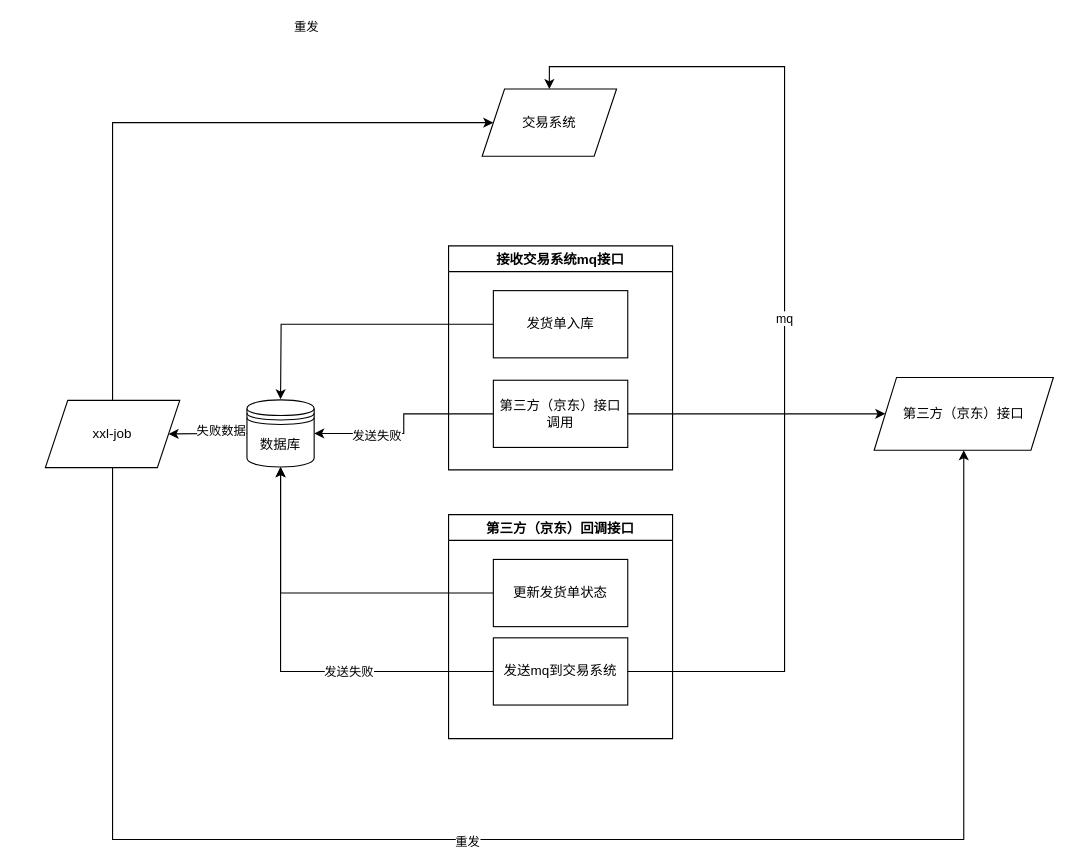
Earlier version of the draw.io diagram Untitled Diagram.drawio (yindongjun/drawio-2). Source tidied: cells renumbered, new cells numbered last; positions are measured from the earlier drawing's top-left corner, leaving out a move shared by most shapes. Both pictures are drawn from the tidied source at 112%, with x=0, y=0 at pixel (45, 66).
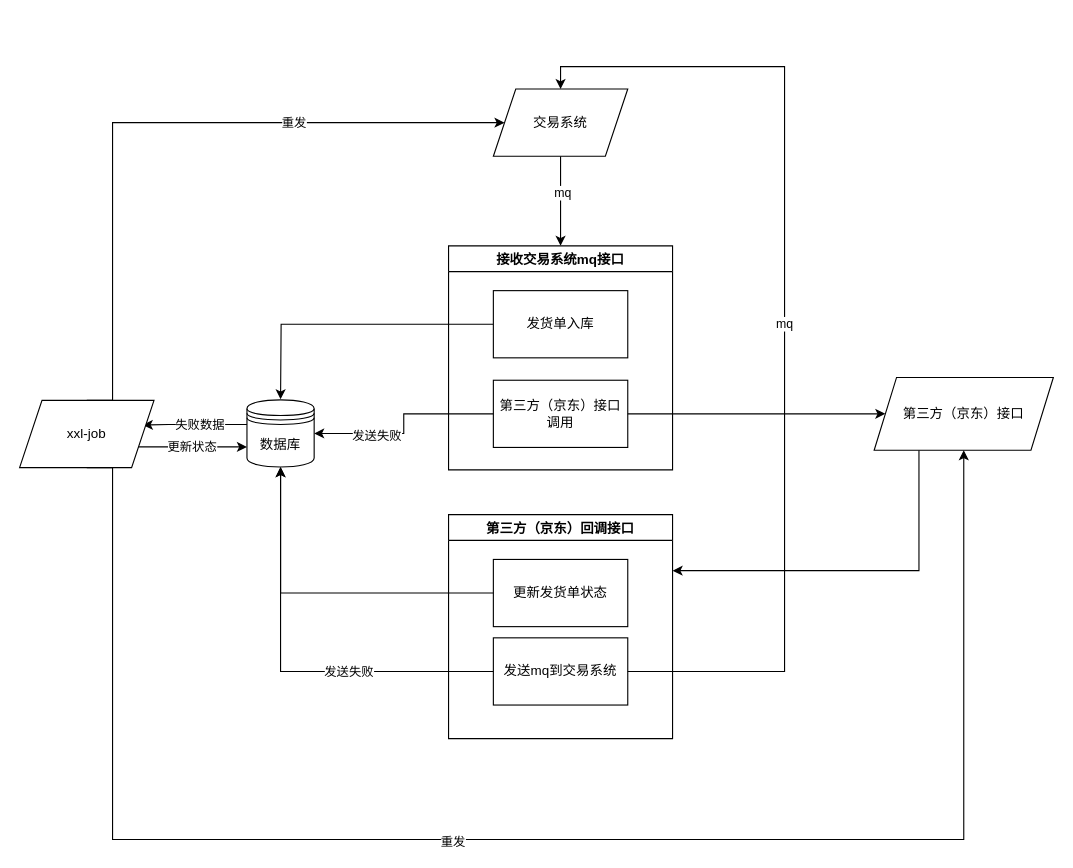
The same diagram, later.

The change refers to these unchanged cells:
```xml
<mxCell id="5" value="数据库" style="shape=datastore;whiteSpace=wrap;html=1;" parent="1" vertex="1">
  <mxGeometry x="180" y="297.5" width="60" height="60" as="geometry" />
</mxCell>
<mxCell id="6" value="第三方（京东）接口" style="shape=parallelogram;perimeter=parallelogramPerimeter;whiteSpace=wrap;html=1;fixedSize=1;" parent="1" vertex="1">
  <mxGeometry x="740" y="277.5" width="160" height="65" as="geometry" />
</mxCell>
<mxCell id="7" style="edgeStyle=orthogonalEdgeStyle;rounded=0;jettySize=auto;html=1;exitX=0.5;exitY=0;exitDx=0;exitDy=0;entryX=0;entryY=0.5;entryDx=0;entryDy=0;" parent="1" edge="1" source="11" target="12">
  <mxGeometry relative="1" as="geometry">
    <Array as="points">
      <mxPoint x="60" y="50" />
    </Array>
  </mxGeometry>
</mxCell>
<mxCell id="13" value="接收交易系统mq接口" style="swimlane;" parent="1" vertex="1">
  <mxGeometry x="360" y="160" width="200" height="200" as="geometry" />
</mxCell>
<mxCell id="16" value="第三方（京东）回调接口" style="swimlane;" parent="1" vertex="1">
  <mxGeometry x="360" y="400" width="200" height="200" as="geometry" />
</mxCell>
<mxCell id="18" value="发送mq到交易系统" style="rounded=0;whiteSpace=wrap;html=1;" parent="16" vertex="1">
  <mxGeometry x="40" y="110" width="120" height="60" as="geometry" />
</mxCell>
```

The edit, as a diff of the source:
```diff
@@
-    <mxCell id="3" style="edgeStyle=orthogonalEdgeStyle;rounded=0;jettySize=auto;html=1;exitX=0;exitY=0.5;exitDx=0;exitDy=0;entryX=1;entryY=0.5;entryDx=0;entryDy=0;" parent="1" edge="1" source="5" target="11">
-      <mxGeometry relative="1" as="geometry" />
+    <mxCell id="3" style="edgeStyle=orthogonalEdgeStyle;rounded=0;orthogonalLoop=1;jettySize=auto;html=1;exitX=0;exitY=0.5;exitDx=0;exitDy=0;entryX=1;entryY=0.5;entryDx=0;entryDy=0;" parent="1" edge="1">
+      <mxGeometry relative="1" as="geometry">
+        <mxPoint x="180" y="319.5" as="sourcePoint" />
+        <mxPoint x="87" y="320" as="targetPoint" />
+        <Array as="points">
+          <mxPoint x="110" y="320" />
+          <mxPoint x="110" y="320" />
+        </Array>
+      </mxGeometry>
     </mxCell>
     <mxCell id="4" value="失败数据" style="edgeLabel;html=1;align=center;verticalAlign=middle;" parent="3" vertex="1">
       <mxGeometry x="-0.14" y="3" relative="1" as="geometry">
-        <mxPoint x="3" y="-3" as="offset" />
+        <mxPoint x="-3" y="-3" as="offset" />
       </mxGeometry>
     </mxCell>
@@
+    <mxCell id="26" style="edgeStyle=orthogonalEdgeStyle;rounded=0;jettySize=auto;html=1;exitX=0.25;exitY=1;exitDx=0;exitDy=0;entryX=1;entryY=0.25;entryDx=0;entryDy=0;" parent="1" edge="1" source="6" target="16">
+      <mxGeometry relative="1" as="geometry" />
+    </mxCell>
@@
     <mxCell id="8" value="重发" style="edgeLabel;html=1;align=center;verticalAlign=middle;" parent="7" vertex="1">
-      <mxGeometry x="-0.16" y="-86" relative="1" as="geometry">
-        <mxPoint x="86" y="-87" as="offset" />
-      </mxGeometry>
+      <mxGeometry x="0.39" y="1" relative="1" as="geometry" />
     </mxCell>
@@
+    <mxCell id="27" value="更新状态" style="edgeStyle=orthogonalEdgeStyle;rounded=0;jettySize=auto;html=1;exitX=1;exitY=0.75;exitDx=0;exitDy=0;entryX=0;entryY=0.7;entryDx=0;entryDy=0;" parent="1" edge="1" source="11" target="5">
+      <mxGeometry relative="1" as="geometry" />
+    </mxCell>
     <mxCell id="11" value="xxl-job" style="shape=parallelogram;perimeter=parallelogramPerimeter;whiteSpace=wrap;html=1;fixedSize=1;" parent="1" vertex="1">
-      <mxGeometry y="298" width="120" height="60" as="geometry" />
+      <mxGeometry x="-23" y="298" width="120" height="60" as="geometry" />
     </mxCell>
+    <mxCell id="28" style="edgeStyle=orthogonalEdgeStyle;rounded=0;jettySize=auto;html=1;exitX=0.5;exitY=1;exitDx=0;exitDy=0;entryX=0.5;entryY=0;entryDx=0;entryDy=0;" parent="1" edge="1" source="12" target="13">
+      <mxGeometry relative="1" as="geometry" />
+    </mxCell>
+    <mxCell id="29" value="mq" style="edgeLabel;html=1;align=center;verticalAlign=middle;" parent="28" vertex="1">
+      <mxGeometry x="-0.19" y="1" relative="1" as="geometry" />
+    </mxCell>
     <mxCell id="12" value="交易系统" style="shape=parallelogram;perimeter=parallelogramPerimeter;whiteSpace=wrap;html=1;fixedSize=1;" parent="1" vertex="1">
-      <mxGeometry x="390" y="20" width="120" height="60" as="geometry" />
+      <mxGeometry x="400" y="20" width="120" height="60" as="geometry" />
     </mxCell>
@@
     <mxCell id="21" value="mq" style="edgeStyle=orthogonalEdgeStyle;rounded=0;jettySize=auto;html=1;exitX=1;exitY=0.5;exitDx=0;exitDy=0;entryX=0.5;entryY=0;entryDx=0;entryDy=0;" parent="1" edge="1" source="18" target="12">
       <mxGeometry relative="1" as="geometry">
         <Array as="points">
           <mxPoint x="660" y="540" />
           <mxPoint x="660" />
-          <mxPoint x="450" />
+          <mxPoint x="460" />
         </Array>
       </mxGeometry>
     </mxCell>
```
